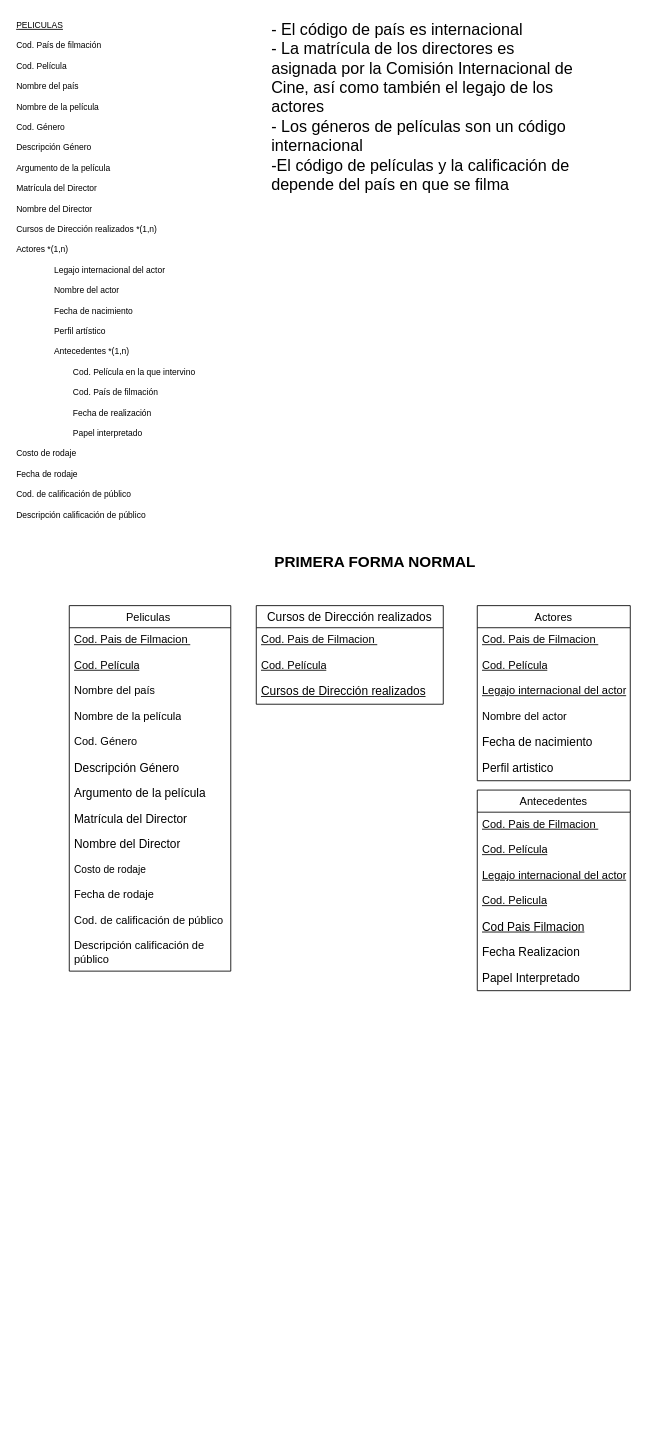
This is DiagrapaPeliculas.drawio from Jose-AA/TP-PELICULAS-BASE-DE-DATOS, a draw.io file, before an edit. Source tidied: cells renumbered, new cells numbered last; positions are measured from the earlier drawing's top-left corner, leaving out a move shared by most shapes. Both pictures are drawn from the tidied source at 85%, with x=0, y=0 at pixel (14, 14).
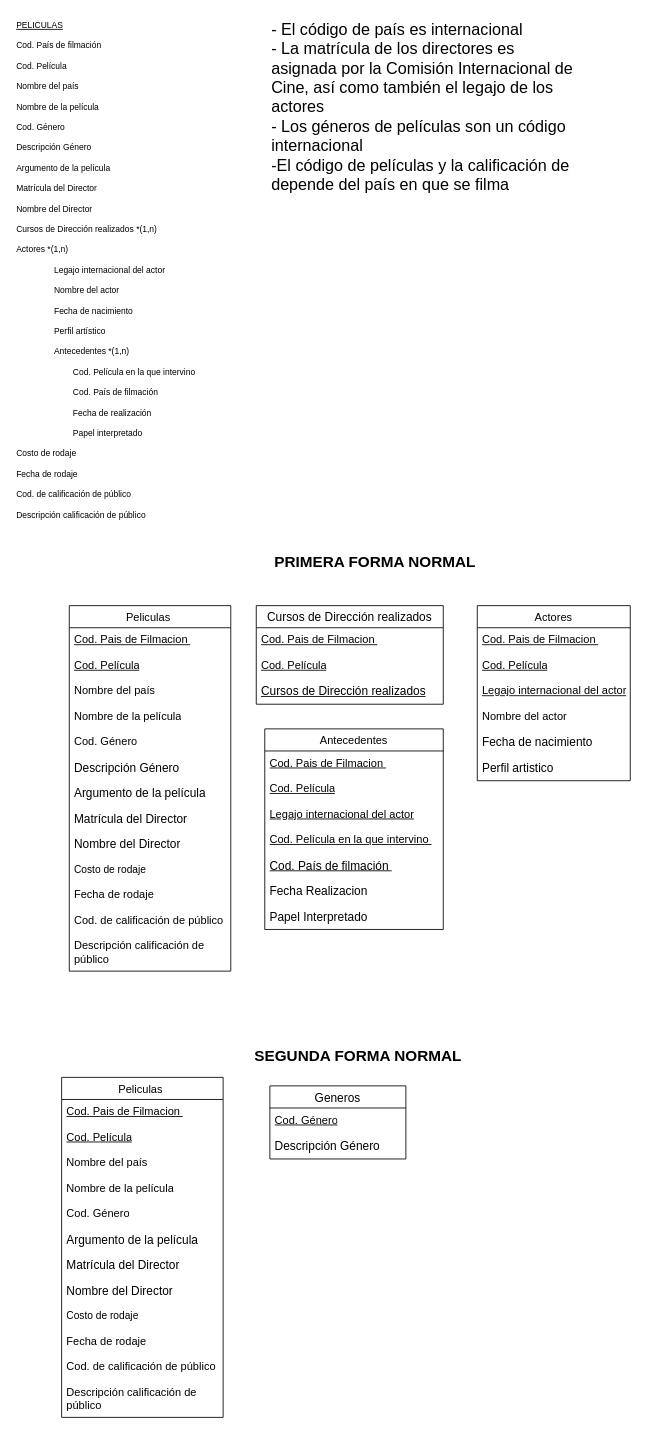
The same diagram, later.

What changed in the source:
```diff
@@
     <mxCell id="30" value="Antecedentes" style="swimlane;fontStyle=0;horizontal=1;startSize=26;align=center;fontSize=13;" parent="1" vertex="1">
-      <mxGeometry x="544" y="912" width="180" height="236" as="geometry" />
+      <mxGeometry x="294" y="840" width="210" height="236" as="geometry" />
     </mxCell>
     <mxCell id="31" value="&lt;div style=&quot;font-size: 13px;&quot;&gt;&lt;u&gt;Cod. Pais de Filmacion&amp;nbsp;&lt;/u&gt;&lt;/div&gt;" style="text;strokeColor=none;fillColor=none;spacingLeft=4;spacingRight=4;overflow=hidden;fontSize=13;whiteSpace=wrap;html=1;" parent="30" vertex="1">
-      <mxGeometry y="26" width="180" height="30" as="geometry" />
+      <mxGeometry y="26" width="210" height="30" as="geometry" />
     </mxCell>
     <mxCell id="32" value="&lt;span style=&quot;font-size: 13px;&quot;&gt;&lt;u&gt;Cod. Película&lt;/u&gt;&lt;/span&gt;" style="text;strokeColor=none;fillColor=none;spacingLeft=4;spacingRight=4;overflow=hidden;fontSize=13;whiteSpace=wrap;html=1;" parent="30" vertex="1">
-      <mxGeometry y="56" width="180" height="30" as="geometry" />
+      <mxGeometry y="56" width="210" height="30" as="geometry" />
     </mxCell>
     <mxCell id="33" value="&lt;span style=&quot;font-size: 13px;&quot;&gt;&lt;u&gt;Legajo internacional del actor&lt;/u&gt;&lt;/span&gt;" style="text;strokeColor=none;fillColor=none;spacingLeft=4;spacingRight=4;overflow=hidden;fontSize=13;whiteSpace=wrap;html=1;" parent="30" vertex="1">
-      <mxGeometry y="86" width="180" height="30" as="geometry" />
+      <mxGeometry y="86" width="210" height="30" as="geometry" />
     </mxCell>
-    <mxCell id="34" value="&lt;span style=&quot;font-size: 13px;&quot;&gt;&lt;u&gt;Cod. Pelicula&lt;/u&gt;&lt;/span&gt;" style="text;strokeColor=none;fillColor=none;spacingLeft=4;spacingRight=4;overflow=hidden;fontSize=13;whiteSpace=wrap;html=1;" parent="30" vertex="1">
-      <mxGeometry y="116" width="180" height="30" as="geometry" />
+    <mxCell id="34" value="&lt;u&gt;Cod. Película en la que intervino&amp;nbsp;&lt;/u&gt;" style="text;strokeColor=none;fillColor=none;spacingLeft=4;spacingRight=4;overflow=hidden;fontSize=13;whiteSpace=wrap;html=1;" parent="30" vertex="1">
+      <mxGeometry y="116" width="210" height="30" as="geometry" />
     </mxCell>
-    <mxCell id="35" value="&lt;span style=&quot;font-size: 14px;&quot;&gt;&lt;u&gt;Cod Pais Filmacion&lt;/u&gt;&lt;/span&gt;" style="text;strokeColor=none;fillColor=none;spacingLeft=4;spacingRight=4;overflow=hidden;fontSize=14;whiteSpace=wrap;html=1;" parent="30" vertex="1">
-      <mxGeometry y="146" width="180" height="30" as="geometry" />
+    <mxCell id="35" value="&lt;u&gt;Cod. País de filmación&amp;nbsp;&lt;/u&gt;" style="text;strokeColor=none;fillColor=none;spacingLeft=4;spacingRight=4;overflow=hidden;fontSize=14;whiteSpace=wrap;html=1;" parent="30" vertex="1">
+      <mxGeometry y="146" width="210" height="30" as="geometry" />
     </mxCell>
     <mxCell id="36" value="&lt;span style=&quot;font-size: 14px;&quot;&gt;Fecha Realizacion&lt;/span&gt;&lt;div&gt;&lt;span style=&quot;font-size: 14px;&quot;&gt;&lt;br&gt;&lt;/span&gt;&lt;/div&gt;" style="text;strokeColor=none;fillColor=none;spacingLeft=4;spacingRight=4;overflow=hidden;fontSize=14;whiteSpace=wrap;html=1;" parent="30" vertex="1">
-      <mxGeometry y="176" width="180" height="30" as="geometry" />
+      <mxGeometry y="176" width="210" height="30" as="geometry" />
     </mxCell>
     <mxCell id="37" value="&lt;div&gt;&lt;span style=&quot;font-size: 14px;&quot;&gt;Papel Interpretado&lt;/span&gt;&lt;/div&gt;" style="text;strokeColor=none;fillColor=none;spacingLeft=4;spacingRight=4;overflow=hidden;fontSize=14;whiteSpace=wrap;html=1;" parent="30" vertex="1">
-      <mxGeometry y="206" width="180" height="30" as="geometry" />
+      <mxGeometry y="206" width="210" height="30" as="geometry" />
     </mxCell>
+    <mxCell id="38" value="&lt;b&gt;&lt;font style=&quot;font-size: 18px;&quot;&gt;SEGUNDA FORMA NORMAL&lt;/font&gt;&lt;/b&gt;" style="text;html=1;align=center;verticalAlign=middle;whiteSpace=wrap;rounded=0;" parent="1" vertex="1">
+      <mxGeometry x="264" y="1210" width="280" height="30" as="geometry" />
+    </mxCell>
+    <mxCell id="39" value="Peliculas " style="swimlane;fontStyle=0;horizontal=1;startSize=26;align=center;fontSize=13;" parent="1" vertex="1">
+      <mxGeometry x="55" y="1250" width="190" height="400" as="geometry" />
+    </mxCell>
+    <mxCell id="40" value="&lt;div style=&quot;font-size: 13px;&quot;&gt;&lt;u&gt;Cod. Pais de Filmacion&amp;nbsp;&lt;/u&gt;&lt;/div&gt;" style="text;strokeColor=none;fillColor=none;spacingLeft=4;spacingRight=4;overflow=hidden;fontSize=13;whiteSpace=wrap;html=1;" parent="39" vertex="1">
+      <mxGeometry y="26" width="190" height="30" as="geometry" />
+    </mxCell>
+    <mxCell id="41" value="&lt;span style=&quot;font-size: 13px;&quot;&gt;&lt;u&gt;Cod. Película&lt;/u&gt;&lt;/span&gt;" style="text;strokeColor=none;fillColor=none;spacingLeft=4;spacingRight=4;overflow=hidden;fontSize=13;whiteSpace=wrap;html=1;" parent="39" vertex="1">
+      <mxGeometry y="56" width="190" height="30" as="geometry" />
+    </mxCell>
+    <mxCell id="42" value="&lt;span style=&quot;font-size: 13px;&quot;&gt;Nombre del país&lt;/span&gt;" style="text;strokeColor=none;fillColor=none;spacingLeft=4;spacingRight=4;overflow=hidden;fontSize=13;whiteSpace=wrap;html=1;" parent="39" vertex="1">
+      <mxGeometry y="86" width="190" height="30" as="geometry" />
+    </mxCell>
+    <mxCell id="43" value="&lt;span style=&quot;font-size: 13px;&quot;&gt;Nombre de la película&lt;/span&gt;" style="text;strokeColor=none;fillColor=none;spacingLeft=4;spacingRight=4;overflow=hidden;fontSize=13;whiteSpace=wrap;html=1;" parent="39" vertex="1">
+      <mxGeometry y="116" width="190" height="30" as="geometry" />
+    </mxCell>
+    <mxCell id="44" value="&lt;span style=&quot;font-size: 13px;&quot;&gt;Cod. Género&lt;/span&gt;" style="text;strokeColor=none;fillColor=none;spacingLeft=4;spacingRight=4;overflow=hidden;fontSize=13;whiteSpace=wrap;html=1;" parent="39" vertex="1">
+      <mxGeometry y="146" width="190" height="30" as="geometry" />
+    </mxCell>
+    <mxCell id="45" value="&lt;span style=&quot;font-size: 14px;&quot;&gt;Argumento de la película&lt;/span&gt;" style="text;strokeColor=none;fillColor=none;spacingLeft=4;spacingRight=4;overflow=hidden;fontSize=14;whiteSpace=wrap;html=1;" parent="39" vertex="1">
+      <mxGeometry y="176" width="190" height="30" as="geometry" />
+    </mxCell>
+    <mxCell id="46" value="&lt;font style=&quot;font-size: 14px;&quot;&gt;Matrícula del Director&lt;/font&gt;" style="text;strokeColor=none;fillColor=none;spacingLeft=4;spacingRight=4;overflow=hidden;fontSize=13;whiteSpace=wrap;html=1;" parent="39" vertex="1">
+      <mxGeometry y="206" width="190" height="30" as="geometry" />
+    </mxCell>
+    <mxCell id="47" value="&lt;font style=&quot;font-size: 14px;&quot;&gt;Nombre del Director&lt;/font&gt;" style="text;strokeColor=none;fillColor=none;spacingLeft=4;spacingRight=4;overflow=hidden;fontSize=13;whiteSpace=wrap;html=1;" parent="39" vertex="1">
+      <mxGeometry y="236" width="190" height="30" as="geometry" />
+    </mxCell>
+    <mxCell id="48" value="Costo de rodaje" style="text;strokeColor=none;fillColor=none;align=left;verticalAlign=middle;spacingLeft=4;spacingRight=4;overflow=hidden;whiteSpace=wrap;html=1;" parent="39" vertex="1">
+      <mxGeometry y="266" width="190" height="30" as="geometry" />
+    </mxCell>
+    <mxCell id="49" value="Fecha de rodaje" style="text;strokeColor=none;fillColor=none;spacingLeft=4;spacingRight=4;overflow=hidden;fontSize=13;whiteSpace=wrap;html=1;" parent="39" vertex="1">
+      <mxGeometry y="296" width="190" height="30" as="geometry" />
+    </mxCell>
+    <mxCell id="50" value="Cod. de calificación de público" style="text;strokeColor=none;fillColor=none;spacingLeft=4;spacingRight=4;overflow=hidden;fontSize=13;whiteSpace=wrap;html=1;" parent="39" vertex="1">
+      <mxGeometry y="326" width="190" height="30" as="geometry" />
+    </mxCell>
+    <mxCell id="51" value="Descripción calificación de público" style="text;strokeColor=none;fillColor=none;spacingLeft=4;spacingRight=4;overflow=hidden;fontSize=13;whiteSpace=wrap;html=1;" parent="39" vertex="1">
+      <mxGeometry y="356" width="190" height="44" as="geometry" />
+    </mxCell>
+    <mxCell id="52" value="Generos" style="swimlane;fontStyle=0;horizontal=1;startSize=26;align=center;fontSize=14;" parent="1" vertex="1">
+      <mxGeometry x="300" y="1260" width="160" height="86" as="geometry" />
+    </mxCell>
+    <mxCell id="53" value="&lt;span style=&quot;font-size: 13px;&quot;&gt;&lt;u&gt;Cod. Género&lt;/u&gt;&lt;/span&gt;" style="text;strokeColor=none;fillColor=none;spacingLeft=4;spacingRight=4;overflow=hidden;fontSize=12;whiteSpace=wrap;html=1;" parent="52" vertex="1">
+      <mxGeometry y="26" width="160" height="30" as="geometry" />
+    </mxCell>
+    <mxCell id="54" value="&lt;span style=&quot;font-size: 14px;&quot;&gt;Descripción Género&lt;/span&gt;" style="text;strokeColor=none;fillColor=none;spacingLeft=4;spacingRight=4;overflow=hidden;fontSize=12;whiteSpace=wrap;html=1;" parent="52" vertex="1">
+      <mxGeometry y="56" width="160" height="30" as="geometry" />
+    </mxCell>
```
